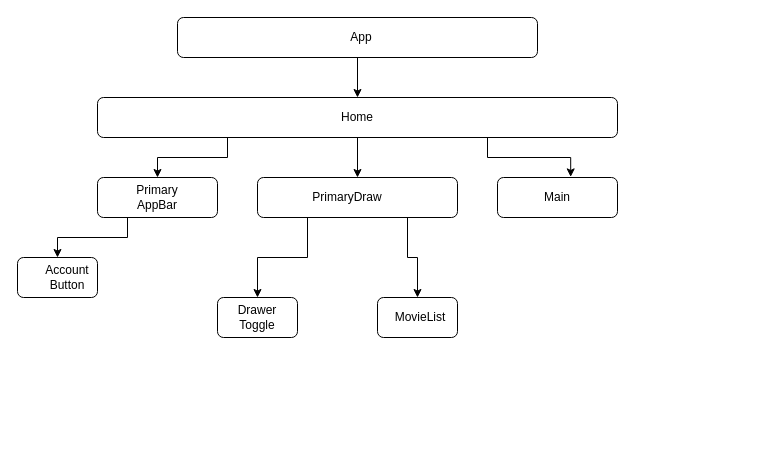
anthonynarine/rating-app keeps this draw.io diagram as component_tree.drawio. Above is the earlier version. Source tidied: cells renumbered, new cells numbered last; positions are measured from the earlier drawing's top-left corner, leaving out a move shared by most shapes. Both pictures are drawn from the tidied source at 100%, with x=0, y=0 at pixel (17, 17).
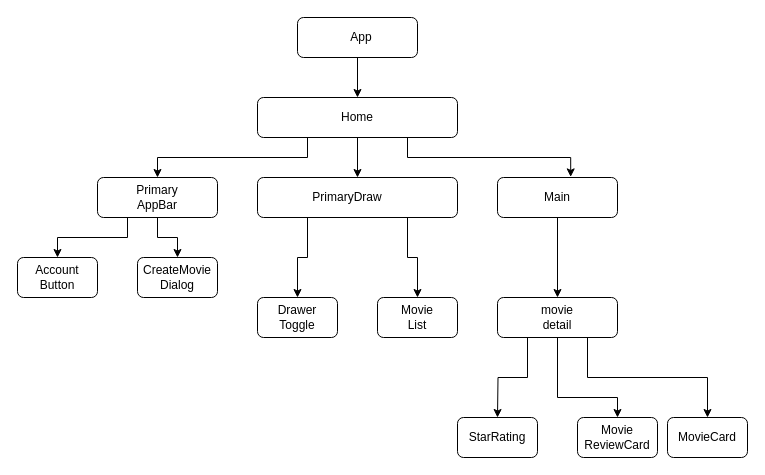
The same diagram, later.

The change refers to these unchanged cells:
```xml
<mxCell id="3" style="rounded=1;whiteSpace=wrap;html=1;" parent="1" vertex="1">
  <mxGeometry x="80" y="160" width="120" height="40" as="geometry" />
</mxCell>
<mxCell id="8" style="rounded=1;whiteSpace=wrap;html=1;" parent="1" vertex="1">
  <mxGeometry x="480" y="160" width="120" height="40" as="geometry" />
</mxCell>
```

Diff of the diagram source:
```diff
@@
+    <mxCell id="25" style="edgeStyle=orthogonalEdgeStyle;rounded=0;jettySize=auto;html=1;exitX=0.5;exitY=1;exitDx=0;exitDy=0;entryX=0.5;entryY=0;entryDx=0;entryDy=0;" parent="1" edge="1" source="3" target="38">
+      <mxGeometry relative="1" as="geometry" />
+    </mxCell>
@@
+    <mxCell id="26" style="edgeStyle=orthogonalEdgeStyle;rounded=0;jettySize=auto;html=1;" parent="1" edge="1" source="8" target="30">
+      <mxGeometry relative="1" as="geometry" />
+    </mxCell>
@@
     <mxCell id="11" value="Account Button" style="text;html=1;strokeColor=none;fillColor=none;align=center;verticalAlign=middle;whiteSpace=wrap;rounded=0;" parent="1" vertex="1">
-      <mxGeometry x="20" y="245" width="60" height="30" as="geometry" />
+      <mxGeometry x="10" y="245" width="60" height="30" as="geometry" />
     </mxCell>
     <mxCell id="12" style="rounded=1;whiteSpace=wrap;html=1;" parent="1" vertex="1">
-      <mxGeometry x="200" y="280" width="80" height="40" as="geometry" />
+      <mxGeometry x="240" y="280" width="80" height="40" as="geometry" />
     </mxCell>
     <mxCell id="13" value="Drawer&lt;br&gt;Toggle" style="text;html=1;strokeColor=none;fillColor=none;align=center;verticalAlign=middle;whiteSpace=wrap;rounded=0;" parent="1" vertex="1">
-      <mxGeometry x="210" y="285" width="60" height="30" as="geometry" />
+      <mxGeometry x="250" y="285" width="60" height="30" as="geometry" />
     </mxCell>
@@
     <mxCell id="15" style="rounded=1;whiteSpace=wrap;html=1;" parent="1" vertex="1">
-      <mxGeometry x="160" width="360" height="40" as="geometry" />
+      <mxGeometry x="280" width="120" height="40" as="geometry" />
     </mxCell>
@@
     <mxCell id="20" style="rounded=1;whiteSpace=wrap;html=1;" parent="1" vertex="1">
-      <mxGeometry x="80" y="80" width="520" height="40" as="geometry" />
+      <mxGeometry x="240" y="80" width="200" height="40" as="geometry" />
     </mxCell>
@@
-    <mxCell id="24" value="MovieList" style="text;html=1;strokeColor=none;fillColor=none;align=center;verticalAlign=middle;whiteSpace=wrap;rounded=0;" parent="1" vertex="1">
-      <mxGeometry x="373" y="285" width="60" height="30" as="geometry" />
+    <mxCell id="24" value="Movie&lt;br&gt;List" style="text;html=1;strokeColor=none;fillColor=none;align=center;verticalAlign=middle;whiteSpace=wrap;rounded=0;" parent="1" vertex="1">
+      <mxGeometry x="370" y="285" width="60" height="30" as="geometry" />
     </mxCell>
+    <mxCell id="27" style="edgeStyle=orthogonalEdgeStyle;rounded=0;jettySize=auto;html=1;exitX=0.25;exitY=1;exitDx=0;exitDy=0;" parent="1" edge="1" source="30">
+      <mxGeometry relative="1" as="geometry">
+        <mxPoint x="480" y="400" as="targetPoint" />
+      </mxGeometry>
+    </mxCell>
+    <mxCell id="28" style="edgeStyle=orthogonalEdgeStyle;rounded=0;jettySize=auto;html=1;exitX=0.5;exitY=1;exitDx=0;exitDy=0;entryX=0.5;entryY=0;entryDx=0;entryDy=0;" parent="1" edge="1" source="30" target="34">
+      <mxGeometry relative="1" as="geometry">
+        <Array as="points">
+          <mxPoint x="540" y="380" />
+          <mxPoint x="600" y="380" />
+        </Array>
+      </mxGeometry>
+    </mxCell>
+    <mxCell id="29" style="edgeStyle=orthogonalEdgeStyle;rounded=0;jettySize=auto;html=1;exitX=0.75;exitY=1;exitDx=0;exitDy=0;entryX=0.5;entryY=0;entryDx=0;entryDy=0;" parent="1" edge="1" source="30" target="36">
+      <mxGeometry relative="1" as="geometry" />
+    </mxCell>
+    <mxCell id="30" style="whiteSpace=wrap;html=1;rounded=1;" parent="1" vertex="1">
+      <mxGeometry x="480" y="280" width="120" height="40" as="geometry" />
+    </mxCell>
+    <mxCell id="31" value="movie&lt;br&gt;detail" style="text;html=1;strokeColor=none;fillColor=none;align=center;verticalAlign=middle;whiteSpace=wrap;rounded=0;" parent="1" vertex="1">
+      <mxGeometry x="510" y="285" width="60" height="30" as="geometry" />
+    </mxCell>
+    <mxCell id="32" style="rounded=1;whiteSpace=wrap;html=1;" parent="1" vertex="1">
+      <mxGeometry x="440" y="400" width="80" height="40" as="geometry" />
+    </mxCell>
+    <mxCell id="33" value="StarRating" style="text;html=1;strokeColor=none;fillColor=none;align=center;verticalAlign=middle;whiteSpace=wrap;rounded=0;" parent="1" vertex="1">
+      <mxGeometry x="450" y="405" width="60" height="30" as="geometry" />
+    </mxCell>
+    <mxCell id="34" style="rounded=1;whiteSpace=wrap;html=1;" parent="1" vertex="1">
+      <mxGeometry x="560" y="400" width="80" height="40" as="geometry" />
+    </mxCell>
+    <mxCell id="35" value="Movie&lt;br&gt;ReviewCard" style="text;html=1;strokeColor=none;fillColor=none;align=center;verticalAlign=middle;whiteSpace=wrap;rounded=0;" parent="1" vertex="1">
+      <mxGeometry x="570" y="405" width="60" height="30" as="geometry" />
+    </mxCell>
+    <mxCell id="36" style="rounded=1;whiteSpace=wrap;html=1;" parent="1" vertex="1">
+      <mxGeometry x="650" y="400" width="80" height="40" as="geometry" />
+    </mxCell>
+    <mxCell id="37" value="MovieCard" style="text;html=1;strokeColor=none;fillColor=none;align=center;verticalAlign=middle;whiteSpace=wrap;rounded=0;" parent="1" vertex="1">
+      <mxGeometry x="660" y="405" width="60" height="30" as="geometry" />
+    </mxCell>
+    <mxCell id="38" style="rounded=1;whiteSpace=wrap;html=1;" parent="1" vertex="1">
+      <mxGeometry x="120" y="240" width="80" height="40" as="geometry" />
+    </mxCell>
+    <mxCell id="39" value="CreateMovie&lt;br&gt;Dialog" style="text;html=1;strokeColor=none;fillColor=none;align=center;verticalAlign=middle;whiteSpace=wrap;rounded=0;" parent="1" vertex="1">
+      <mxGeometry x="130" y="245" width="60" height="30" as="geometry" />
+    </mxCell>
```
